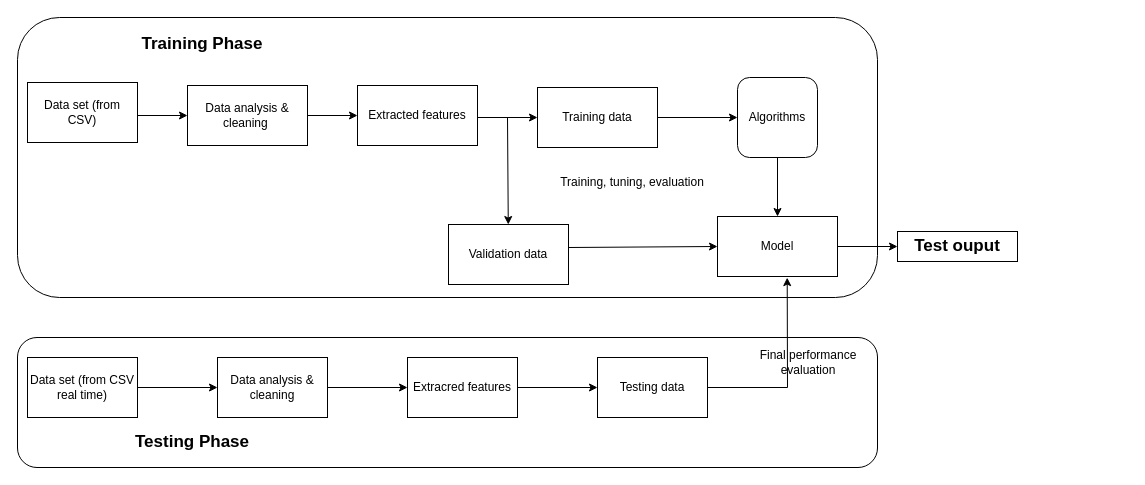
Before: Untitled Diagram.drawio in anbertophong/anbertophong, a draw.io diagram. Source tidied: cells renumbered, new cells numbered last; positions are measured from the earlier drawing's top-left corner, leaving out a move shared by most shapes. Both pictures are drawn from the tidied source at 100%, with x=0, y=0 at pixel (17, 17).
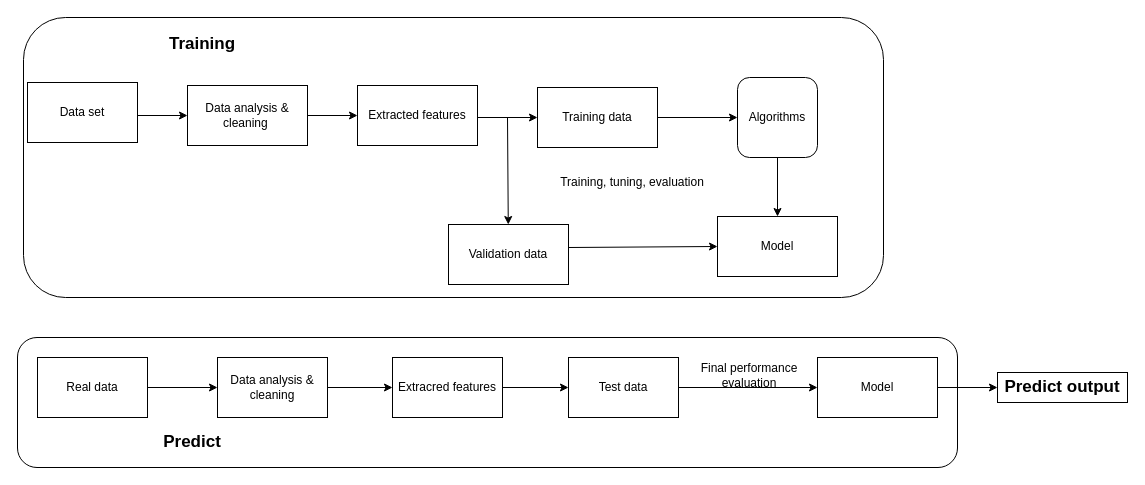
Above is the later version.

Change to the diagram source:
```diff
@@
     <mxCell id="2" style="rounded=1;whiteSpace=wrap;html=1;" parent="1" vertex="1">
-      <mxGeometry width="860" height="280" as="geometry" />
+      <mxGeometry x="6" width="860" height="280" as="geometry" />
     </mxCell>
     <mxCell id="3" style="rounded=1;whiteSpace=wrap;html=1;" parent="1" vertex="1">
-      <mxGeometry y="320" width="860" height="130" as="geometry" />
+      <mxGeometry y="320" width="940" height="130" as="geometry" />
     </mxCell>
-    <mxCell id="4" value="Data set (from CSV)" style="rounded=0;whiteSpace=wrap;html=1;" parent="1" vertex="1">
+    <mxCell id="4" value="Data set" style="rounded=0;whiteSpace=wrap;html=1;" parent="1" vertex="1">
       <mxGeometry x="10" y="65" width="110" height="60" as="geometry" />
     </mxCell>
@@
-    <mxCell id="19" value="Training Phase" style="text;html=1;strokeColor=none;fillColor=none;align=center;verticalAlign=middle;whiteSpace=wrap;rounded=0;fontSize=17;fontStyle=1;" parent="1" vertex="1">
+    <mxCell id="19" value="Training" style="text;html=1;strokeColor=none;fillColor=none;align=center;verticalAlign=middle;whiteSpace=wrap;rounded=0;fontSize=17;fontStyle=1;" parent="1" vertex="1">
       <mxGeometry x="110" y="12" width="150" height="30" as="geometry" />
     </mxCell>
@@
-    <mxCell id="21" value="Data set (from CSV real time)" style="rounded=0;whiteSpace=wrap;html=1;" parent="1" vertex="1">
-      <mxGeometry x="10" y="340" width="110" height="60" as="geometry" />
+    <mxCell id="21" value="Real data" style="rounded=0;whiteSpace=wrap;html=1;" parent="1" vertex="1">
+      <mxGeometry x="20" y="340" width="110" height="60" as="geometry" />
     </mxCell>
@@
     <mxCell id="25" value="Extracred features" style="rounded=0;whiteSpace=wrap;html=1;" parent="1" vertex="1">
-      <mxGeometry x="390" y="340" width="110" height="60" as="geometry" />
+      <mxGeometry x="375" y="340" width="110" height="60" as="geometry" />
     </mxCell>
-    <mxCell id="26" value="Testing data" style="rounded=0;whiteSpace=wrap;html=1;" parent="1" vertex="1">
-      <mxGeometry x="580" y="340" width="110" height="60" as="geometry" />
+    <mxCell id="26" value="Test data" style="rounded=0;whiteSpace=wrap;html=1;" parent="1" vertex="1">
+      <mxGeometry x="551" y="340" width="110" height="60" as="geometry" />
     </mxCell>
-    <mxCell id="27" style="endArrow=classic;html=1;rounded=0;fontSize=17;exitX=1;exitY=0.5;exitDx=0;exitDy=0;entryX=0.895;entryY=0.929;entryDx=0;entryDy=0;entryPerimeter=0;" parent="1" edge="1" source="26" target="2">
-      <mxGeometry relative="1" as="geometry">
-        <Array as="points">
-          <mxPoint x="770" y="370" />
-        </Array>
-      </mxGeometry>
-    </mxCell>
     <mxCell id="28" value="Final performance evaluation" style="text;html=1;strokeColor=none;fillColor=none;align=center;verticalAlign=middle;whiteSpace=wrap;rounded=0;fontSize=12;" parent="1" vertex="1">
-      <mxGeometry x="716" y="330" width="150" height="30" as="geometry" />
+      <mxGeometry x="657" y="343" width="150" height="30" as="geometry" />
     </mxCell>
@@
-    <mxCell id="30" value="Testing Phase" style="text;html=1;strokeColor=none;fillColor=none;align=center;verticalAlign=middle;whiteSpace=wrap;rounded=0;fontSize=17;fontStyle=1;" parent="1" vertex="1">
+    <mxCell id="30" value="Predict" style="text;html=1;strokeColor=none;fillColor=none;align=center;verticalAlign=middle;whiteSpace=wrap;rounded=0;fontSize=17;fontStyle=1;" parent="1" vertex="1">
       <mxGeometry x="110" y="410" width="130" height="30" as="geometry" />
     </mxCell>
-    <mxCell id="31" value="Test ouput" style="text;html=1;strokeColor=default;fillColor=none;align=center;verticalAlign=middle;whiteSpace=wrap;rounded=0;fontSize=17;fontStyle=1;" parent="1" vertex="1">
-      <mxGeometry x="880" y="214" width="120" height="30" as="geometry" />
-    </mxCell>
-    <mxCell id="32" style="endArrow=classic;html=1;rounded=0;fontSize=17;entryX=0;entryY=0.5;entryDx=0;entryDy=0;" parent="1" edge="1" target="31">
-      <mxGeometry relative="1" as="geometry">
-        <mxPoint x="820" y="229" as="sourcePoint" />
-      </mxGeometry>
-    </mxCell>
+    <mxCell id="33" value="Model" style="rounded=0;whiteSpace=wrap;html=1;fontSize=12;strokeColor=default;" parent="1" vertex="1">
+      <mxGeometry x="800" y="340" width="120" height="60" as="geometry" />
+    </mxCell>
+    <mxCell id="34" style="endArrow=classic;html=1;rounded=0;fontSize=17;entryX=0;entryY=0.5;entryDx=0;entryDy=0;" parent="1" edge="1" target="33">
+      <mxGeometry relative="1" as="geometry">
+        <mxPoint x="661" y="370" as="sourcePoint" />
+      </mxGeometry>
+    </mxCell>
+    <mxCell id="35" style="endArrow=classic;html=1;rounded=0;fontSize=12;" parent="1" edge="1">
+      <mxGeometry relative="1" as="geometry">
+        <mxPoint x="920" y="373" as="sourcePoint" />
+        <mxPoint x="920" y="373" as="targetPoint" />
+      </mxGeometry>
+    </mxCell>
+    <mxCell id="36" value="Predict output" style="text;html=1;strokeColor=default;fillColor=none;align=center;verticalAlign=middle;whiteSpace=wrap;rounded=0;fontSize=17;fontStyle=1;" parent="1" vertex="1">
+      <mxGeometry x="980" y="355" width="130" height="30" as="geometry" />
+    </mxCell>
+    <mxCell id="37" style="endArrow=classic;html=1;rounded=0;fontSize=17;entryX=0;entryY=0.5;entryDx=0;entryDy=0;" parent="1" edge="1" target="36">
+      <mxGeometry relative="1" as="geometry">
+        <mxPoint x="920" y="370" as="sourcePoint" />
+      </mxGeometry>
+    </mxCell>
```
